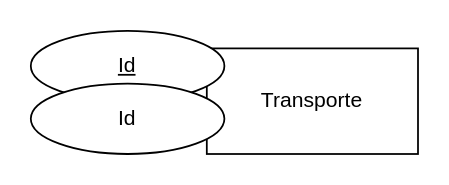
The draw.io diagram prueba.drawio in Fergr0/alten, before the edit. Source tidied: cells renumbered, new cells numbered last; positions are measured from the earlier drawing's top-left corner, leaving out a move shared by most shapes. Both pictures are drawn from the tidied source at 176%, with x=0, y=0 at pixel (30, 30).
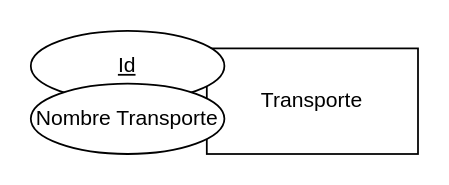
After the change.

What changed in the source:
```diff
@@
 <mxGraphModel>
   <root>
     <mxCell id="0" />
     <mxCell id="1" parent="0" />
     <mxCell id="2" value="Transporte" style="rounded=0;whiteSpace=wrap;html=1;" parent="1" vertex="1">
       <mxGeometry x="100" y="10" width="120" height="60" as="geometry" />
     </mxCell>
     <mxCell id="3" value="&lt;u&gt;Id&lt;/u&gt;" style="ellipse;whiteSpace=wrap;html=1;" parent="1" vertex="1">
       <mxGeometry width="110" height="40" as="geometry" />
     </mxCell>
-    <mxCell id="4" value="Id" style="ellipse;whiteSpace=wrap;html=1;" parent="1" vertex="1">
+    <mxCell id="4" value="Nombre Transporte" style="ellipse;whiteSpace=wrap;html=1;" parent="1" vertex="1">
       <mxGeometry y="30" width="110" height="40" as="geometry" />
     </mxCell>
   </root>
 </mxGraphModel>
```
